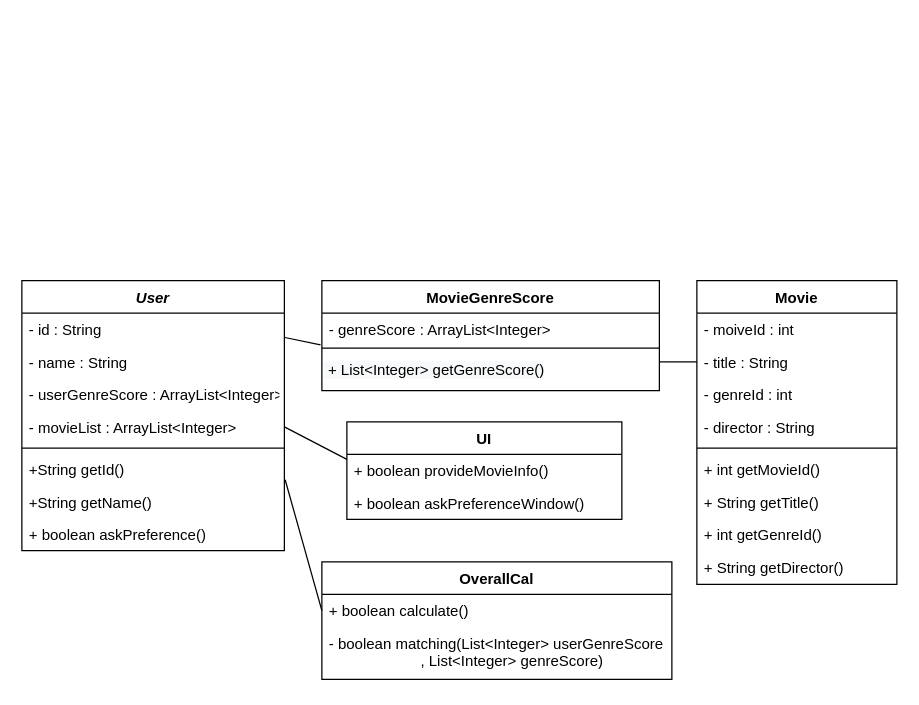
This is page "Page-1" (1 of 2) of UML.drawio from SoftwareEngineering-Gotcha/MovieRecommendation, a draw.io file, before an edit. Source tidied: cells renumbered, new cells numbered last; positions are measured from the earlier drawing's top-left corner, leaving out a move shared by most shapes. Both pictures are drawn from the tidied source at 125%, with x=0, y=0 at pixel (21, 280).
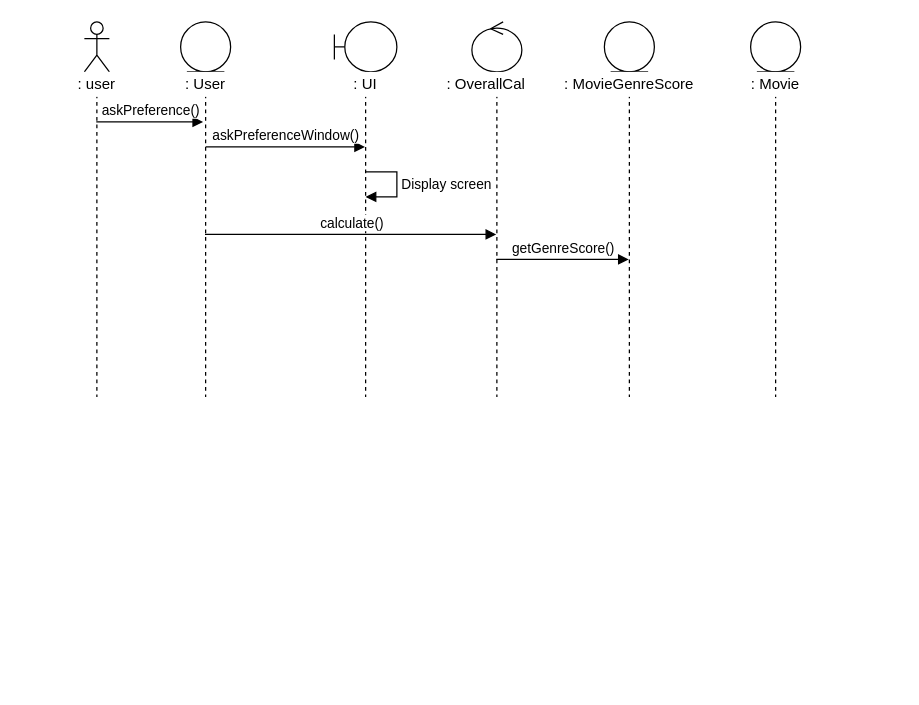
The same diagram, later.

Commit message (it also covers changes not shown here):
add seqDiag / update UML

Change to the diagram source:
```diff
@@
-    <mxCell id="0" />
-    <mxCell id="1" parent="0" />
-    <mxCell id="2" value="User" style="swimlane;fontStyle=3;align=center;verticalAlign=top;horizontal=1;startSize=26;rounded=0;shadow=0;strokeWidth=1;" parent="1" vertex="1">
-      <mxGeometry width="210" height="216" as="geometry" />
-    </mxCell>
-    <mxCell id="3" value="- id : String" style="text;align=left;verticalAlign=top;spacingLeft=4;spacingRight=4;overflow=hidden;points=[[0,0.5],[1,0.5]];portConstraint=eastwest;" parent="2" vertex="1">
-      <mxGeometry y="26" width="210" height="26" as="geometry" />
-    </mxCell>
-    <mxCell id="4" value="- name : String" style="text;align=left;verticalAlign=top;spacingLeft=4;spacingRight=4;overflow=hidden;rounded=0;shadow=0;html=0;" parent="2" vertex="1">
-      <mxGeometry y="52" width="210" height="26" as="geometry" />
-    </mxCell>
-    <mxCell id="5" value="- userGenreScore : ArrayList&lt;Integer&gt;" style="text;align=left;verticalAlign=top;spacingLeft=4;spacingRight=4;overflow=hidden;rounded=0;shadow=0;html=0;" parent="2" vertex="1">
-      <mxGeometry y="78" width="210" height="26" as="geometry" />
-    </mxCell>
-    <mxCell id="6" value="- movieList : ArrayList&lt;Integer&gt;" style="text;align=left;verticalAlign=top;spacingLeft=4;spacingRight=4;overflow=hidden;points=[[0,0.5],[1,0.5]];portConstraint=eastwest;rounded=0;shadow=0;html=0;" parent="2" vertex="1">
-      <mxGeometry y="104" width="210" height="26" as="geometry" />
-    </mxCell>
-    <mxCell id="7" style="line;html=1;strokeWidth=1;align=left;verticalAlign=middle;spacingTop=-1;spacingLeft=3;spacingRight=3;labelPosition=right;" parent="2" vertex="1">
-      <mxGeometry y="130" width="210" height="8" as="geometry" />
-    </mxCell>
-    <mxCell id="8" value="+String getId()" style="text;align=left;verticalAlign=top;spacingLeft=4;spacingRight=4;overflow=hidden;points=[[0,0.5],[1,0.5]];portConstraint=eastwest;" parent="2" vertex="1">
-      <mxGeometry y="138" width="210" height="26" as="geometry" />
-    </mxCell>
-    <mxCell id="9" value="+String getName()" style="text;align=left;verticalAlign=top;spacingLeft=4;spacingRight=4;overflow=hidden;" parent="2" vertex="1">
-      <mxGeometry y="164" width="210" height="26" as="geometry" />
-    </mxCell>
-    <mxCell id="10" value="+ boolean askPreference()" style="text;align=left;verticalAlign=top;spacingLeft=4;spacingRight=4;overflow=hidden;" parent="2" vertex="1">
-      <mxGeometry y="190" width="210" height="26" as="geometry" />
-    </mxCell>
-    <mxCell id="11" value="Movie" style="swimlane;fontStyle=1;align=center;verticalAlign=top;horizontal=1;startSize=26;rounded=0;shadow=0;strokeWidth=1;" parent="1" vertex="1">
-      <mxGeometry x="540" width="160" height="243" as="geometry" />
-    </mxCell>
-    <mxCell id="12" value="- moiveId : int&#10;" style="text;align=left;verticalAlign=top;spacingLeft=4;spacingRight=4;overflow=hidden;rounded=0;shadow=0;html=0;" parent="11" vertex="1">
-      <mxGeometry y="26" width="160" height="26" as="geometry" />
-    </mxCell>
-    <mxCell id="13" value="- title : String" style="text;align=left;verticalAlign=top;spacingLeft=4;spacingRight=4;overflow=hidden;points=[[0,0.5],[1,0.5]];portConstraint=eastwest;" parent="11" vertex="1">
-      <mxGeometry y="52" width="160" height="26" as="geometry" />
-    </mxCell>
-    <mxCell id="14" value="- genreId : int &#10;" style="text;align=left;verticalAlign=top;spacingLeft=4;spacingRight=4;overflow=hidden;rounded=0;shadow=0;html=0;" parent="11" vertex="1">
-      <mxGeometry y="78" width="160" height="26" as="geometry" />
-    </mxCell>
-    <mxCell id="15" value="- director : String &#10;" style="text;align=left;verticalAlign=top;spacingLeft=4;spacingRight=4;overflow=hidden;rounded=0;shadow=0;html=0;" parent="11" vertex="1">
-      <mxGeometry y="104" width="160" height="26" as="geometry" />
-    </mxCell>
-    <mxCell id="16" style="line;strokeWidth=1;fillColor=none;align=left;verticalAlign=middle;spacingTop=-1;spacingLeft=3;spacingRight=3;labelPosition=right;" parent="11" vertex="1">
-      <mxGeometry y="130" width="160" height="8" as="geometry" />
-    </mxCell>
-    <mxCell id="17" value="+ int getMovieId()&#10;" style="text;align=left;verticalAlign=top;spacingLeft=4;spacingRight=4;overflow=hidden;rounded=0;shadow=0;html=0;" parent="11" vertex="1">
-      <mxGeometry y="138" width="160" height="26" as="geometry" />
-    </mxCell>
-    <mxCell id="18" value="+ String getTitle()&#10;" style="text;align=left;verticalAlign=top;spacingLeft=4;spacingRight=4;overflow=hidden;rounded=0;shadow=0;html=0;" parent="11" vertex="1">
-      <mxGeometry y="164" width="160" height="26" as="geometry" />
-    </mxCell>
-    <mxCell id="19" value="+ int getGenreId()&#10;" style="text;align=left;verticalAlign=top;spacingLeft=4;spacingRight=4;overflow=hidden;rounded=0;shadow=0;html=0;" parent="11" vertex="1">
-      <mxGeometry y="190" width="160" height="26" as="geometry" />
-    </mxCell>
-    <mxCell id="20" value="+ String getDirector()&#10;" style="text;align=left;verticalAlign=top;spacingLeft=4;spacingRight=4;overflow=hidden;rounded=0;shadow=0;html=0;" parent="11" vertex="1">
-      <mxGeometry y="216" width="160" height="26" as="geometry" />
-    </mxCell>
-    <mxCell id="21" value="MovieGenreScore" style="swimlane;fontStyle=1;align=center;verticalAlign=top;horizontal=1;startSize=26;" parent="1" vertex="1">
-      <mxGeometry x="240" width="270" height="88" as="geometry" />
-    </mxCell>
-    <mxCell id="22" value="- genreScore : ArrayList&lt;Integer&gt;" style="text;strokeColor=none;fillColor=none;align=left;verticalAlign=top;spacingLeft=4;spacingRight=4;overflow=hidden;points=[[0,0.5],[1,0.5]];portConstraint=eastwest;" parent="21" vertex="1">
-      <mxGeometry y="26" width="270" height="24" as="geometry" />
-    </mxCell>
-    <mxCell id="23" style="line;strokeWidth=1;fillColor=none;align=left;verticalAlign=middle;spacingTop=-1;spacingLeft=3;spacingRight=3;labelPosition=right;" parent="21" vertex="1">
-      <mxGeometry y="50" width="270" height="8" as="geometry" />
-    </mxCell>
-    <mxCell id="24" value="&lt;span style=&quot;color: rgb(0 , 0 , 0) ; font-family: &amp;#34;helvetica&amp;#34; ; font-size: 12px ; font-style: normal ; font-weight: 400 ; letter-spacing: normal ; text-align: left ; text-indent: 0px ; text-transform: none ; word-spacing: 0px ; background-color: rgb(248 , 249 , 250) ; display: inline ; float: none&quot;&gt;&amp;nbsp;+ List&amp;lt;Integer&amp;gt; getGenreScore()&lt;/span&gt;" style="text;whiteSpace=wrap;html=1;" parent="21" vertex="1">
-      <mxGeometry y="58" width="270" height="30" as="geometry" />
-    </mxCell>
-    <mxCell id="25" style="endArrow=none;html=1;exitX=0;exitY=0.5;exitDx=0;exitDy=0;" parent="1" edge="1" source="13">
-      <mxGeometry relative="1" as="geometry">
-        <mxPoint x="510" y="65" as="targetPoint" />
-      </mxGeometry>
-    </mxCell>
-    <mxCell id="26" style="endArrow=none;html=1;exitX=-0.004;exitY=1.056;exitDx=0;exitDy=0;entryX=1.002;entryY=0.75;entryDx=0;entryDy=0;entryPerimeter=0;exitPerimeter=0;" parent="1" edge="1" source="22" target="3">
-      <mxGeometry relative="1" as="geometry" />
-    </mxCell>
-    <mxCell id="27" value="UI" style="swimlane;fontStyle=1;align=center;verticalAlign=top;horizontal=1;startSize=26;" parent="1" vertex="1">
-      <mxGeometry x="260" y="113" width="220" height="78" as="geometry" />
-    </mxCell>
-    <mxCell id="28" value="+ boolean provideMovieInfo()&#10;" style="text;align=left;verticalAlign=top;spacingLeft=4;spacingRight=4;overflow=hidden;points=[[0,0.5],[1,0.5]];portConstraint=eastwest;" parent="27" vertex="1">
-      <mxGeometry y="26" width="220" height="26" as="geometry" />
-    </mxCell>
-    <mxCell id="29" value="+ boolean askPreferenceWindow()&#10;" style="text;align=left;verticalAlign=top;spacingLeft=4;spacingRight=4;overflow=hidden;" parent="27" vertex="1">
-      <mxGeometry y="52" width="220" height="26" as="geometry" />
-    </mxCell>
-    <mxCell id="30" style="endArrow=none;html=1;entryX=1;entryY=0.5;entryDx=0;entryDy=0;exitX=0;exitY=0.154;exitDx=0;exitDy=0;exitPerimeter=0;" parent="1" edge="1" source="28" target="6">
-      <mxGeometry relative="1" as="geometry" />
-    </mxCell>
-    <mxCell id="31" value="OverallCal" style="swimlane;fontStyle=1;align=center;verticalAlign=top;horizontal=1;startSize=26;" parent="1" vertex="1">
-      <mxGeometry x="240" y="225" width="280" height="94" as="geometry" />
-    </mxCell>
-    <mxCell id="32" value="+ boolean calculate()" style="text;align=left;verticalAlign=top;spacingLeft=4;spacingRight=4;overflow=hidden;points=[[0,0.5],[1,0.5]];portConstraint=eastwest;" parent="31" vertex="1">
-      <mxGeometry y="26" width="280" height="26" as="geometry" />
-    </mxCell>
-    <mxCell id="33" value="- boolean matching(List&lt;Integer&gt; userGenreScore&#10;                      , List&lt;Integer&gt; genreScore)&#10;" style="text;strokeColor=none;fillColor=none;align=left;verticalAlign=top;spacingLeft=4;spacingRight=4;overflow=hidden;" parent="31" vertex="1">
-      <mxGeometry y="52" width="280" height="42" as="geometry" />
-    </mxCell>
-    <mxCell id="34" style="endArrow=none;html=1;entryX=1.003;entryY=0.818;entryDx=0;entryDy=0;exitX=0;exitY=0.5;exitDx=0;exitDy=0;entryPerimeter=0;" parent="1" edge="1" source="32" target="8">
-      <mxGeometry relative="1" as="geometry" />
-    </mxCell>
+    <mxCell id="35" />
+    <mxCell id="36" parent="35" />
+    <mxCell id="37" style="shape=umlLifeline;participant=umlEntity;perimeter=lifelinePerimeter;whiteSpace=wrap;html=1;verticalAlign=top;spacingTop=36;fillColor=#FFFFFF;" parent="36" vertex="1">
+      <mxGeometry x="583" y="-207" width="40" height="300" as="geometry" />
+    </mxCell>
+    <mxCell id="38" style="shape=umlLifeline;participant=umlControl;perimeter=lifelinePerimeter;whiteSpace=wrap;html=1;verticalAlign=top;spacingTop=36;outlineConnect=0;fillColor=#FFFFFF;" parent="36" vertex="1">
+      <mxGeometry x="360" y="-207" width="40" height="300" as="geometry" />
+    </mxCell>
+    <mxCell id="39" style="shape=umlLifeline;participant=umlActor;perimeter=lifelinePerimeter;whiteSpace=wrap;html=1;verticalAlign=top;spacingTop=36;outlineConnect=0;" parent="36" vertex="1">
+      <mxGeometry x="50" y="-207" width="20" height="300" as="geometry" />
+    </mxCell>
+    <mxCell id="40" style="shape=umlLifeline;participant=umlBoundary;perimeter=lifelinePerimeter;whiteSpace=wrap;html=1;verticalAlign=top;spacingTop=36;outlineConnect=0;size=40;" parent="36" vertex="1">
+      <mxGeometry x="250" y="-207" width="50" height="300" as="geometry" />
+    </mxCell>
+    <mxCell id="41" value="Display screen" style="edgeStyle=orthogonalEdgeStyle;html=1;align=left;spacingLeft=2;endArrow=block;rounded=0;entryX=1;entryY=0;" parent="40" edge="1">
+      <mxGeometry relative="1" as="geometry">
+        <mxPoint x="25" y="120" as="sourcePoint" />
+        <mxPoint x="25" y="140" as="targetPoint" />
+        <Array as="points">
+          <mxPoint x="50" y="120" />
+        </Array>
+      </mxGeometry>
+    </mxCell>
+    <mxCell id="42" value="askPreference()" style="html=1;verticalAlign=bottom;endArrow=block;" parent="36" edge="1" source="39">
+      <mxGeometry relative="1" as="geometry">
+        <mxPoint x="145" y="-127" as="targetPoint" />
+      </mxGeometry>
+    </mxCell>
+    <mxCell id="43" value=": OverallCal" style="text;html=1;align=center;verticalAlign=middle;whiteSpace=wrap;rounded=0;fillColor=#FFFFFF;" parent="36" vertex="1">
+      <mxGeometry x="330" y="-167" width="83" height="20" as="geometry" />
+    </mxCell>
+    <mxCell id="44" value=": user" style="text;html=1;align=center;verticalAlign=middle;whiteSpace=wrap;rounded=0;fillColor=#FFFFFF;" parent="36" vertex="1">
+      <mxGeometry x="40" y="-167" width="40" height="20" as="geometry" />
+    </mxCell>
+    <mxCell id="45" value=": Movie" style="text;html=1;align=center;verticalAlign=middle;whiteSpace=wrap;rounded=0;fillColor=#FFFFFF;" parent="36" vertex="1">
+      <mxGeometry x="580" y="-167" width="46" height="20" as="geometry" />
+    </mxCell>
+    <mxCell id="46" style="shape=umlLifeline;participant=umlEntity;perimeter=lifelinePerimeter;whiteSpace=wrap;html=1;verticalAlign=top;spacingTop=36;outlineConnect=0;fillColor=#FFFFFF;" parent="36" vertex="1">
+      <mxGeometry x="127" y="-207" width="40" height="300" as="geometry" />
+    </mxCell>
+    <mxCell id="47" style="shape=umlLifeline;participant=umlEntity;perimeter=lifelinePerimeter;whiteSpace=wrap;html=1;verticalAlign=top;spacingTop=36;outlineConnect=0;fillColor=#FFFFFF;" parent="36" vertex="1">
+      <mxGeometry x="466" y="-207" width="40" height="300" as="geometry" />
+    </mxCell>
+    <mxCell id="48" value=": MovieGenreScore" style="text;html=1;align=center;verticalAlign=middle;whiteSpace=wrap;rounded=0;fillColor=#FFFFFF;" parent="36" vertex="1">
+      <mxGeometry x="426" y="-167" width="120" height="20" as="geometry" />
+    </mxCell>
+    <mxCell id="49" value=": UI" style="text;html=1;align=center;verticalAlign=middle;whiteSpace=wrap;rounded=0;fillColor=#FFFFFF;" parent="36" vertex="1">
+      <mxGeometry x="255" y="-167" width="40" height="20" as="geometry" />
+    </mxCell>
+    <mxCell id="50" value="askPreferenceWindow()" style="html=1;verticalAlign=bottom;endArrow=block;" parent="36" edge="1" target="40">
+      <mxGeometry relative="1" as="geometry">
+        <mxPoint x="147" y="-107" as="sourcePoint" />
+      </mxGeometry>
+    </mxCell>
+    <mxCell id="51" value="calculate()" style="html=1;verticalAlign=bottom;endArrow=block;" parent="36" edge="1" source="46" target="38">
+      <mxGeometry relative="1" as="geometry">
+        <Array as="points">
+          <mxPoint x="230" y="-37" />
+        </Array>
+      </mxGeometry>
+    </mxCell>
+    <mxCell id="52" value="getGenreScore()" style="html=1;verticalAlign=bottom;endArrow=block;" parent="36" edge="1" source="38" target="47">
+      <mxGeometry relative="1" as="geometry">
+        <Array as="points">
+          <mxPoint x="458" y="-17" />
+        </Array>
+      </mxGeometry>
+    </mxCell>
+    <mxCell id="53" value=": User" style="text;html=1;align=center;verticalAlign=middle;whiteSpace=wrap;rounded=0;fillColor=#FFFFFF;" parent="36" vertex="1">
+      <mxGeometry x="127" y="-167" width="40" height="20" as="geometry" />
+    </mxCell>
```
